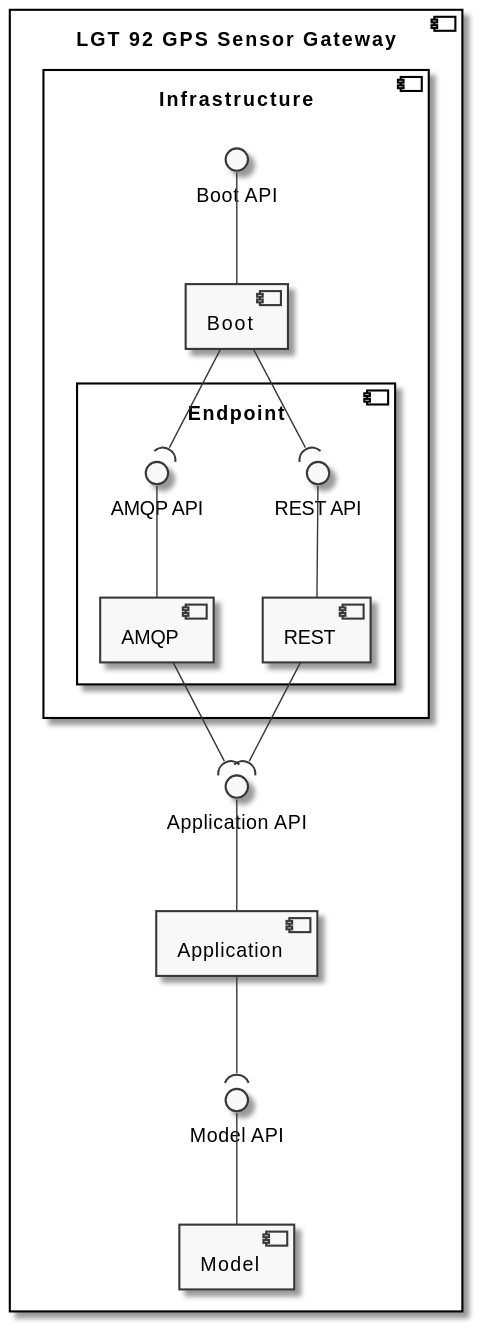
Before: docs/diagrams/logical-view-level3-lgt-92-gps-sensor-gateway.svg, a diagram exported from PlantUML (FilipeMCruz/sensae-console).
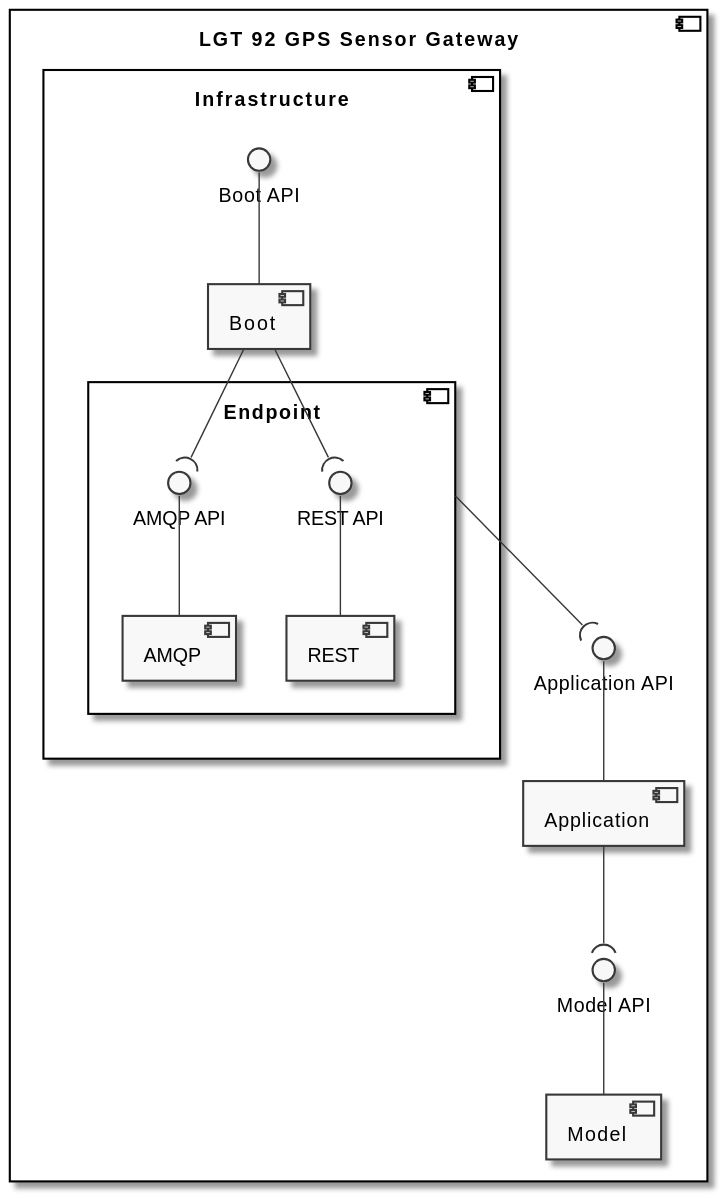
After the commit.

Change to the diagram source:
```diff
@@ -13,11 +13,11 @@
             interface "REST API" as REST_API
             interface "AMQP API" as AMQP_API
         }
-        () "Boot API" as BOOT_API
+        interface "Boot API" as BOOT_API
     }
 
-    () "Application API" as APP_API
-    () "Model API" as MOD_API
+    interface "Application API" as APP_API
+    interface "Model API" as MOD_API
 
     REST_API -- REST
     AMQP_API -- AMQP
@@ -30,8 +30,7 @@
     BOOT --( REST_API
     BOOT --( AMQP_API
 
-    AMQP --( APP_API
-    REST --( APP_API
+    ENDPOINT --( APP_API
 }
 
 @enduml
```
